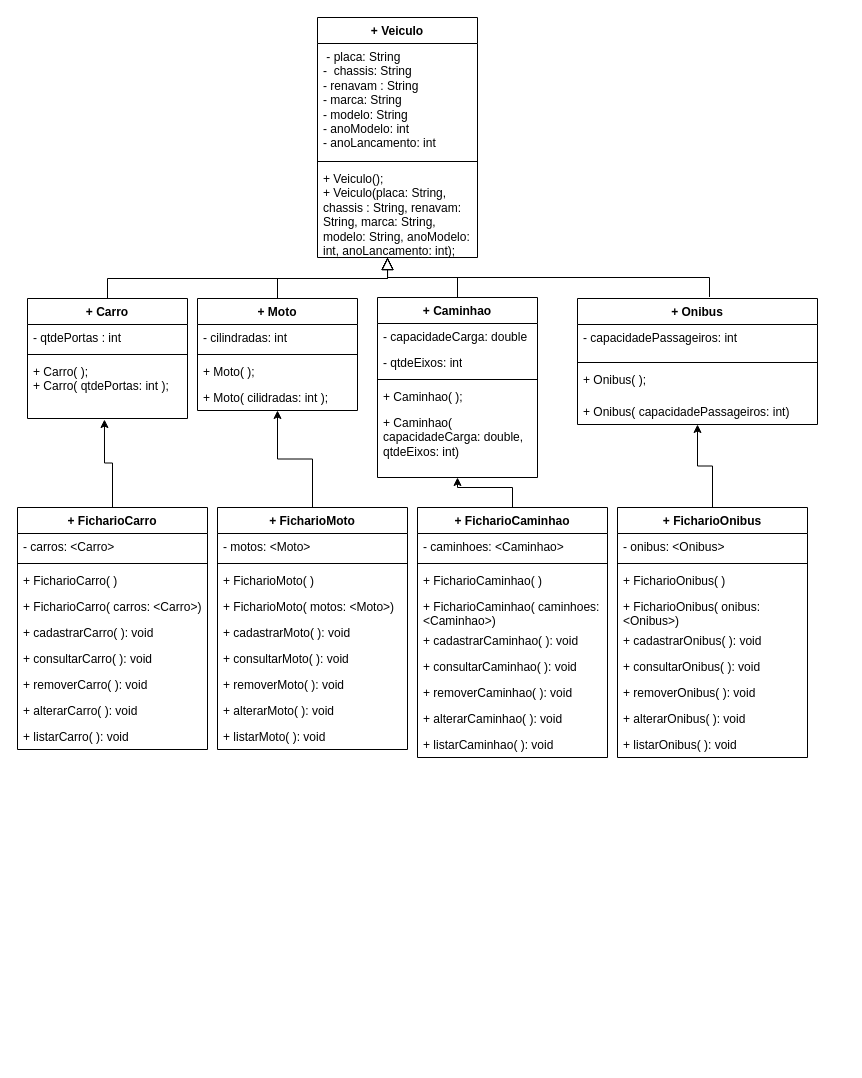
The draw.io diagram Análise e Projetos Orientados a Objetos/Lista03/Diagrama sem nome.drawio in Krittz/IFTM-ADS, before the edit. Source tidied: cells renumbered, new cells numbered last; positions are measured from the earlier drawing's top-left corner, leaving out a move shared by most shapes. Both pictures are drawn from the tidied source at 100%, with x=0, y=0 at pixel (17, 17).
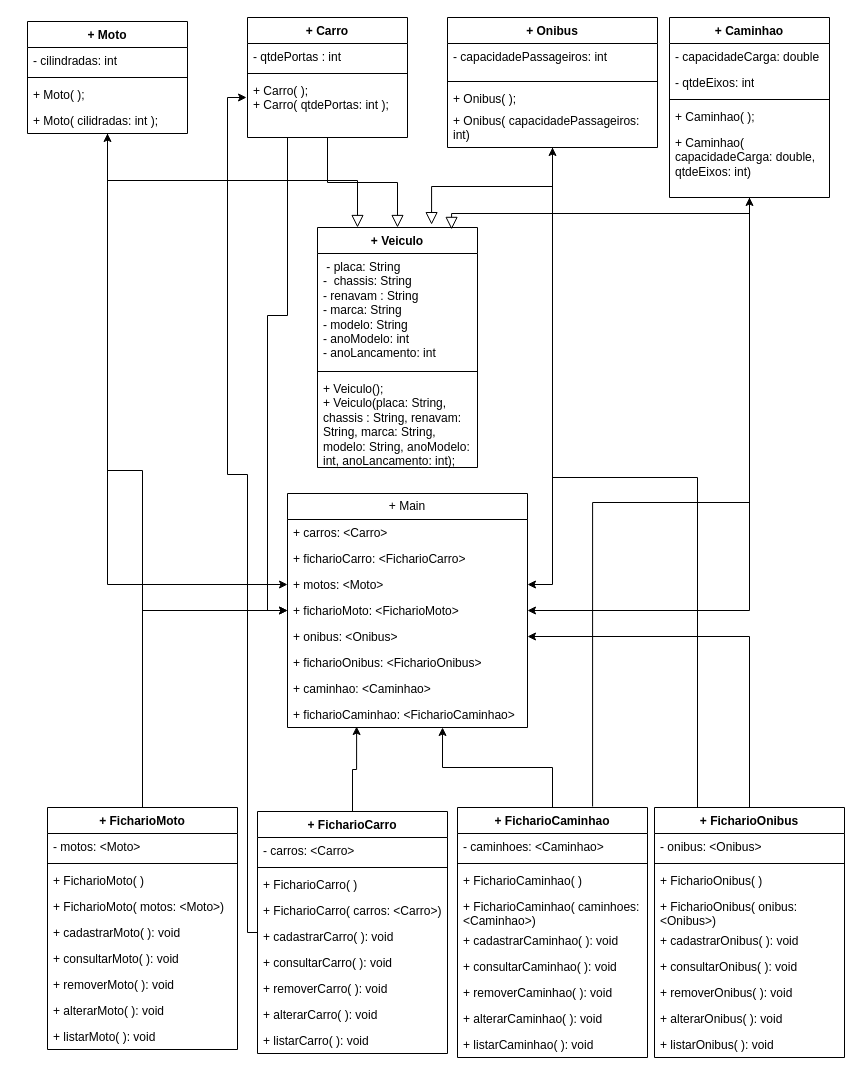
After the change.

The change refers to these unchanged cells:
```xml
<mxCell id="5" value="+ Veiculo();&lt;br&gt;+ Veiculo(placa: String, chassis : String, renavam: String, marca: String,&lt;br&gt;modelo: String, anoModelo: int, anoLancamento: int);" style="text;strokeColor=none;fillColor=none;align=left;verticalAlign=top;spacingLeft=4;spacingRight=4;overflow=hidden;points=[[0,0.5],[1,0.5]];portConstraint=eastwest;whiteSpace=wrap;html=1;" parent="2" vertex="1">
  <mxGeometry y="148" width="160" height="92" as="geometry" />
</mxCell>
<mxCell id="9" value="+ Carro( );&lt;br&gt;+ Carro( qtdePortas: int );" style="text;strokeColor=none;fillColor=none;align=left;verticalAlign=top;spacingLeft=4;spacingRight=4;overflow=hidden;points=[[0,0.5],[1,0.5]];portConstraint=eastwest;whiteSpace=wrap;html=1;" parent="6" vertex="1">
  <mxGeometry y="60" width="160" height="60" as="geometry" />
</mxCell>
<mxCell id="20" value="+ Caminhao( capacidadeCarga: double, qtdeEixos: int)" style="text;strokeColor=none;fillColor=none;align=left;verticalAlign=top;spacingLeft=4;spacingRight=4;overflow=hidden;points=[[0,0.5],[1,0.5]];portConstraint=eastwest;whiteSpace=wrap;html=1;" parent="15" vertex="1">
  <mxGeometry y="112" width="160" height="68" as="geometry" />
</mxCell>
```

Change to the diagram source:
```diff
@@
     <mxCell id="2" value="+ Veiculo&lt;br&gt;" style="swimlane;fontStyle=1;align=center;verticalAlign=top;horizontal=1;startSize=26;whiteSpace=wrap;html=1;" parent="1" vertex="1">
-      <mxGeometry x="300" width="160" height="240" as="geometry" />
+      <mxGeometry x="300" y="210" width="160" height="240" as="geometry" />
     </mxCell>
@@
+    <mxCell id="74" style="edgeStyle=orthogonalEdgeStyle;rounded=0;jettySize=auto;html=1;" parent="1" edge="1" source="6" target="82">
+      <mxGeometry relative="1" as="geometry">
+        <Array as="points">
+          <mxPoint x="270" y="298" />
+          <mxPoint x="250" y="298" />
+          <mxPoint x="250" y="593" />
+        </Array>
+      </mxGeometry>
+    </mxCell>
     <mxCell id="6" value="+ Carro&lt;br&gt;" style="swimlane;fontStyle=1;align=center;verticalAlign=top;horizontal=1;startSize=26;whiteSpace=wrap;html=1;" parent="1" vertex="1">
-      <mxGeometry x="10" y="281" width="160" height="120" as="geometry" />
+      <mxGeometry x="230" width="160" height="120" as="geometry" />
     </mxCell>
@@
+    <mxCell id="75" style="edgeStyle=orthogonalEdgeStyle;rounded=0;jettySize=auto;html=1;entryX=0;entryY=0.5;entryDx=0;entryDy=0;" parent="1" edge="1" source="10" target="85">
+      <mxGeometry relative="1" as="geometry" />
+    </mxCell>
     <mxCell id="10" value="+ Moto" style="swimlane;fontStyle=1;align=center;verticalAlign=top;horizontal=1;startSize=26;whiteSpace=wrap;html=1;" parent="1" vertex="1">
-      <mxGeometry x="180" y="281" width="160" height="112" as="geometry" />
+      <mxGeometry x="10" y="4" width="160" height="112" as="geometry" />
     </mxCell>
@@
+    <mxCell id="76" style="edgeStyle=orthogonalEdgeStyle;rounded=0;jettySize=auto;html=1;entryX=1;entryY=0.5;entryDx=0;entryDy=0;" parent="1" edge="1" source="15" target="86">
+      <mxGeometry relative="1" as="geometry" />
+    </mxCell>
     <mxCell id="15" value="+ Caminhao&lt;br&gt;" style="swimlane;fontStyle=1;align=center;verticalAlign=top;horizontal=1;startSize=26;whiteSpace=wrap;html=1;" parent="1" vertex="1">
-      <mxGeometry x="360" y="280" width="160" height="180" as="geometry" />
+      <mxGeometry x="652" width="160" height="180" as="geometry" />
     </mxCell>
@@
-    <mxCell id="21" style="endArrow=block;endSize=10;endFill=0;shadow=0;strokeWidth=1;rounded=0;edgeStyle=elbowEdgeStyle;elbow=vertical;" parent="1" edge="1" source="10">
-      <mxGeometry relative="1" as="geometry">
-        <mxPoint x="370" y="240" as="targetPoint" />
-      </mxGeometry>
+    <mxCell id="21" style="endArrow=block;endSize=10;endFill=0;shadow=0;strokeWidth=1;rounded=0;edgeStyle=elbowEdgeStyle;elbow=vertical;" parent="1" edge="1" source="6" target="2">
+      <mxGeometry relative="1" as="geometry" />
     </mxCell>
-    <mxCell id="22" style="endArrow=block;endSize=10;endFill=0;shadow=0;strokeWidth=1;rounded=0;edgeStyle=elbowEdgeStyle;elbow=vertical;" parent="1" edge="1" source="6">
-      <mxGeometry relative="1" as="geometry">
-        <mxPoint x="370" y="240" as="targetPoint" />
-      </mxGeometry>
-    </mxCell>
-    <mxCell id="23" style="endArrow=block;endSize=10;endFill=0;shadow=0;strokeWidth=1;rounded=0;edgeStyle=elbowEdgeStyle;elbow=vertical;entryX=0.438;entryY=1;entryDx=0;entryDy=0;entryPerimeter=0;" parent="1" edge="1" source="15" target="5">
-      <mxGeometry relative="1" as="geometry" />
-    </mxCell>
+    <mxCell id="77" style="edgeStyle=orthogonalEdgeStyle;rounded=0;jettySize=auto;html=1;" parent="1" edge="1" source="24" target="85">
+      <mxGeometry relative="1" as="geometry" />
+    </mxCell>
     <mxCell id="24" value="+ Onibus&lt;br&gt;" style="swimlane;fontStyle=1;align=center;verticalAlign=top;horizontal=1;startSize=26;whiteSpace=wrap;html=1;" parent="1" vertex="1">
-      <mxGeometry x="560" y="281" width="240" height="126" as="geometry" />
+      <mxGeometry x="430" width="210" height="130" as="geometry" />
     </mxCell>
     <mxCell id="25" value="- capacidadePassageiros: int" style="text;strokeColor=none;fillColor=none;align=left;verticalAlign=top;spacingLeft=4;spacingRight=4;overflow=hidden;whiteSpace=wrap;html=1;" parent="24" vertex="1">
-      <mxGeometry y="26" width="240" height="34" as="geometry" />
+      <mxGeometry y="26" width="210" height="34" as="geometry" />
     </mxCell>
     <mxCell id="26" style="line;strokeWidth=1;fillColor=none;align=left;verticalAlign=middle;spacingTop=-1;spacingLeft=3;spacingRight=3;labelPosition=right;strokeColor=inherit;" parent="24" vertex="1">
-      <mxGeometry y="60" width="240" height="8" as="geometry" />
+      <mxGeometry y="60" width="210" height="8" as="geometry" />
     </mxCell>
     <mxCell id="27" value="+ Onibus( );" style="text;strokeColor=none;fillColor=none;align=left;verticalAlign=top;spacingLeft=4;spacingRight=4;overflow=hidden;whiteSpace=wrap;html=1;" parent="24" vertex="1">
-      <mxGeometry y="68" width="240" height="32" as="geometry" />
+      <mxGeometry y="68" width="210" height="22" as="geometry" />
     </mxCell>
     <mxCell id="28" value="+ Onibus( capacidadePassageiros: int)" style="text;strokeColor=none;fillColor=none;align=left;verticalAlign=top;spacingLeft=4;spacingRight=4;overflow=hidden;whiteSpace=wrap;html=1;" parent="24" vertex="1">
-      <mxGeometry y="100" width="240" height="26" as="geometry" />
+      <mxGeometry y="90" width="210" height="40" as="geometry" />
     </mxCell>
-    <mxCell id="29" style="endArrow=block;endSize=10;endFill=0;shadow=0;strokeWidth=1;rounded=0;edgeStyle=elbowEdgeStyle;elbow=vertical;exitX=0.55;exitY=-0.012;exitDx=0;exitDy=0;exitPerimeter=0;" parent="1" edge="1" source="24">
-      <mxGeometry relative="1" as="geometry">
-        <mxPoint x="370" y="240" as="targetPoint" />
-      </mxGeometry>
-    </mxCell>
-    <mxCell id="30" style="edgeStyle=orthogonalEdgeStyle;rounded=0;jettySize=auto;html=1;entryX=0.481;entryY=1.017;entryDx=0;entryDy=0;entryPerimeter=0;" parent="1" edge="1" source="31" target="9">
-      <mxGeometry relative="1" as="geometry" />
+    <mxCell id="30" style="edgeStyle=orthogonalEdgeStyle;rounded=0;jettySize=auto;html=1;entryX=-0.006;entryY=0.333;entryDx=0;entryDy=0;entryPerimeter=0;" parent="1" edge="1" source="31" target="9">
+      <mxGeometry relative="1" as="geometry">
+        <Array as="points">
+          <mxPoint x="230" y="915" />
+          <mxPoint x="230" y="457" />
+          <mxPoint x="210" y="457" />
+          <mxPoint x="210" y="80" />
+        </Array>
+      </mxGeometry>
     </mxCell>
+    <mxCell id="78" style="edgeStyle=orthogonalEdgeStyle;rounded=0;jettySize=auto;html=1;entryX=0.288;entryY=0.962;entryDx=0;entryDy=0;entryPerimeter=0;" parent="1" edge="1" source="31" target="90">
+      <mxGeometry relative="1" as="geometry" />
+    </mxCell>
     <mxCell id="31" value="+ FicharioCarro" style="swimlane;fontStyle=1;align=center;verticalAlign=top;horizontal=1;startSize=26;whiteSpace=wrap;html=1;" parent="1" vertex="1">
-      <mxGeometry y="490" width="190" height="242" as="geometry" />
+      <mxGeometry x="240" y="794" width="190" height="242" as="geometry" />
     </mxCell>
@@
+    <mxCell id="79" style="edgeStyle=orthogonalEdgeStyle;rounded=0;jettySize=auto;html=1;entryX=0;entryY=0.5;entryDx=0;entryDy=0;" parent="1" edge="1" source="42" target="86">
+      <mxGeometry relative="1" as="geometry" />
+    </mxCell>
     <mxCell id="42" value="+ FicharioMoto" style="swimlane;fontStyle=1;align=center;verticalAlign=top;horizontal=1;startSize=26;whiteSpace=wrap;html=1;" parent="1" vertex="1">
-      <mxGeometry x="200" y="490" width="190" height="242" as="geometry" />
+      <mxGeometry x="30" y="790" width="190" height="242" as="geometry" />
     </mxCell>
@@
-    <mxCell id="52" style="edgeStyle=orthogonalEdgeStyle;rounded=0;jettySize=auto;html=1;" parent="1" edge="1" source="53" target="15">
+    <mxCell id="52" style="edgeStyle=orthogonalEdgeStyle;rounded=0;jettySize=auto;html=1;exitX=0.711;exitY=-0.004;exitDx=0;exitDy=0;exitPerimeter=0;" parent="1" edge="1" source="53" target="15">
       <mxGeometry relative="1" as="geometry" />
     </mxCell>
+    <mxCell id="80" style="edgeStyle=orthogonalEdgeStyle;rounded=0;jettySize=auto;html=1;entryX=0.646;entryY=1;entryDx=0;entryDy=0;entryPerimeter=0;" parent="1" edge="1" source="53" target="90">
+      <mxGeometry relative="1" as="geometry" />
+    </mxCell>
     <mxCell id="53" value="+ FicharioCaminhao" style="swimlane;fontStyle=1;align=center;verticalAlign=top;horizontal=1;startSize=26;whiteSpace=wrap;html=1;" parent="1" vertex="1">
-      <mxGeometry x="400" y="490" width="190" height="250" as="geometry" />
+      <mxGeometry x="440" y="790" width="190" height="250" as="geometry" />
     </mxCell>
@@
     <mxCell id="63" style="edgeStyle=orthogonalEdgeStyle;rounded=0;jettySize=auto;html=1;" parent="1" edge="1" source="64" target="24">
-      <mxGeometry relative="1" as="geometry" />
+      <mxGeometry relative="1" as="geometry">
+        <Array as="points">
+          <mxPoint x="680" y="460" />
+          <mxPoint x="535" y="460" />
+        </Array>
+      </mxGeometry>
     </mxCell>
+    <mxCell id="81" style="edgeStyle=orthogonalEdgeStyle;rounded=0;jettySize=auto;html=1;entryX=1;entryY=0.5;entryDx=0;entryDy=0;" parent="1" edge="1" source="64" target="87">
+      <mxGeometry relative="1" as="geometry" />
+    </mxCell>
     <mxCell id="64" value="+ FicharioOnibus" style="swimlane;fontStyle=1;align=center;verticalAlign=top;horizontal=1;startSize=26;whiteSpace=wrap;html=1;" parent="1" vertex="1">
-      <mxGeometry x="600" y="490" width="190" height="250" as="geometry" />
+      <mxGeometry x="637" y="790" width="190" height="250" as="geometry" />
     </mxCell>
@@
+    <mxCell id="82" value="+ Main" style="swimlane;fontStyle=0;horizontal=1;startSize=26;fillColor=none;whiteSpace=wrap;html=1;" parent="1" vertex="1">
+      <mxGeometry x="270" y="476" width="240" height="234" as="geometry" />
+    </mxCell>
+    <mxCell id="83" value="+ carros: &amp;lt;Carro&amp;gt;" style="text;strokeColor=none;fillColor=none;align=left;verticalAlign=top;spacingLeft=4;spacingRight=4;overflow=hidden;whiteSpace=wrap;html=1;" parent="82" vertex="1">
+      <mxGeometry y="26" width="240" height="26" as="geometry" />
+    </mxCell>
+    <mxCell id="84" value="+ ficharioCarro: &amp;lt;FicharioCarro&amp;gt;" style="text;strokeColor=none;fillColor=none;align=left;verticalAlign=top;spacingLeft=4;spacingRight=4;overflow=hidden;whiteSpace=wrap;html=1;" parent="82" vertex="1">
+      <mxGeometry y="52" width="240" height="26" as="geometry" />
+    </mxCell>
+    <mxCell id="85" value="+ motos: &amp;lt;Moto&amp;gt;" style="text;strokeColor=none;fillColor=none;align=left;verticalAlign=top;spacingLeft=4;spacingRight=4;overflow=hidden;points=[[0,0.5],[1,0.5]];portConstraint=eastwest;whiteSpace=wrap;html=1;" parent="82" vertex="1">
+      <mxGeometry y="78" width="240" height="26" as="geometry" />
+    </mxCell>
+    <mxCell id="86" value="+ ficharioMoto: &amp;lt;FicharioMoto&amp;gt;" style="text;strokeColor=none;fillColor=none;align=left;verticalAlign=top;spacingLeft=4;spacingRight=4;overflow=hidden;points=[[0,0.5],[1,0.5]];portConstraint=eastwest;whiteSpace=wrap;html=1;" parent="82" vertex="1">
+      <mxGeometry y="104" width="240" height="26" as="geometry" />
+    </mxCell>
+    <mxCell id="87" value="+ onibus: &amp;lt;Onibus&amp;gt;" style="text;strokeColor=none;fillColor=none;align=left;verticalAlign=top;spacingLeft=4;spacingRight=4;overflow=hidden;points=[[0,0.5],[1,0.5]];portConstraint=eastwest;whiteSpace=wrap;html=1;" parent="82" vertex="1">
+      <mxGeometry y="130" width="240" height="26" as="geometry" />
+    </mxCell>
+    <mxCell id="88" value="+ ficharioOnibus: &amp;lt;FicharioOnibus&amp;gt;" style="text;strokeColor=none;fillColor=none;align=left;verticalAlign=top;spacingLeft=4;spacingRight=4;overflow=hidden;whiteSpace=wrap;html=1;" parent="82" vertex="1">
+      <mxGeometry y="156" width="240" height="26" as="geometry" />
+    </mxCell>
+    <mxCell id="89" value="+ caminhao: &amp;lt;Caminhao&amp;gt;" style="text;strokeColor=none;fillColor=none;align=left;verticalAlign=top;spacingLeft=4;spacingRight=4;overflow=hidden;whiteSpace=wrap;html=1;" parent="82" vertex="1">
+      <mxGeometry y="182" width="240" height="26" as="geometry" />
+    </mxCell>
+    <mxCell id="90" value="+ ficharioCaminhao: &amp;lt;FicharioCaminhao&amp;gt;" style="text;strokeColor=none;fillColor=none;align=left;verticalAlign=top;spacingLeft=4;spacingRight=4;overflow=hidden;points=[[0,0.5],[1,0.5]];portConstraint=eastwest;whiteSpace=wrap;html=1;" parent="82" vertex="1">
+      <mxGeometry y="208" width="240" height="26" as="geometry" />
+    </mxCell>
+    <mxCell id="91" style="endArrow=block;endSize=10;endFill=0;shadow=0;strokeWidth=1;rounded=0;edgeStyle=elbowEdgeStyle;elbow=vertical;entryX=0.713;entryY=-0.012;entryDx=0;entryDy=0;entryPerimeter=0;" parent="1" edge="1" source="24" target="2">
+      <mxGeometry relative="1" as="geometry" />
+    </mxCell>
+    <mxCell id="92" style="endArrow=block;endSize=10;endFill=0;shadow=0;strokeWidth=1;rounded=0;edgeStyle=elbowEdgeStyle;elbow=vertical;entryX=0.25;entryY=0;entryDx=0;entryDy=0;" parent="1" edge="1" source="10" target="2">
+      <mxGeometry relative="1" as="geometry" />
+    </mxCell>
+    <mxCell id="93" style="endArrow=block;endSize=10;endFill=0;shadow=0;strokeWidth=1;rounded=0;edgeStyle=elbowEdgeStyle;elbow=vertical;entryX=0.838;entryY=0.008;entryDx=0;entryDy=0;entryPerimeter=0;" parent="1" edge="1" source="20" target="2">
+      <mxGeometry relative="1" as="geometry" />
+    </mxCell>
```
